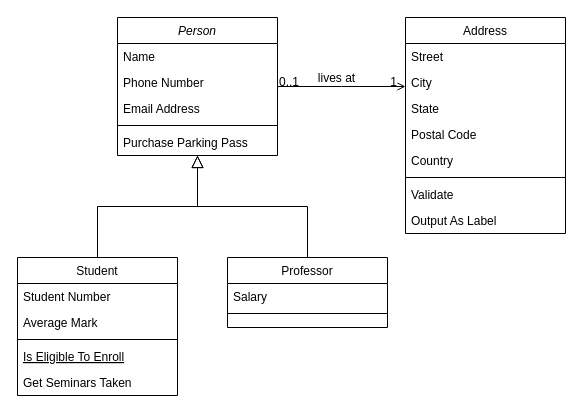
Earlier version of the draw.io diagram doc/Untitled Diagram.drawio (deMartiniFrancesco/TheAdventuresMaze). Source tidied: cells renumbered, new cells numbered last; positions are measured from the earlier drawing's top-left corner, leaving out a move shared by most shapes. Both pictures are drawn from the tidied source at 100%, with x=0, y=0 at pixel (17, 17).
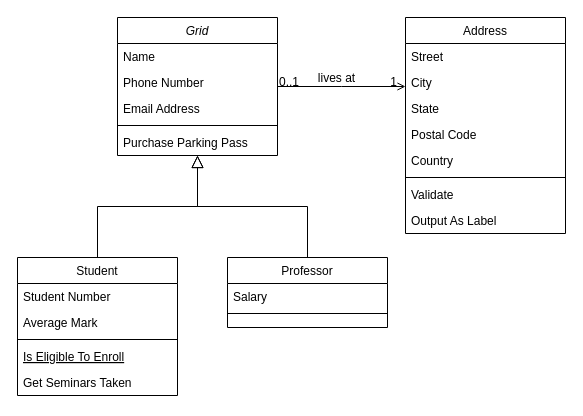
The same page after the edit.

The edit, as a diff of the source:
```diff
@@
-    <mxCell id="2" value="Person" style="swimlane;fontStyle=2;align=center;verticalAlign=top;horizontal=1;startSize=26;rounded=0;shadow=0;strokeWidth=1;" parent="1" vertex="1">
+    <mxCell id="2" value="Grid" style="swimlane;fontStyle=2;align=center;verticalAlign=top;horizontal=1;startSize=26;rounded=0;shadow=0;strokeWidth=1;" parent="1" vertex="1">
       <mxGeometry x="100" width="160" height="138" as="geometry" />
     </mxCell>
```
